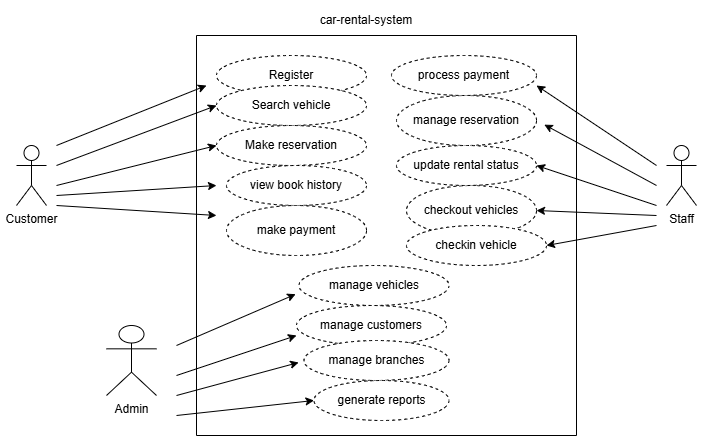
Before: diagrams/UseCaseDiagram.png, a diagram exported from draw.io (bereketDress/car-rental-system). Source tidied: cells renumbered, new cells last; positions are measured from the earlier drawing's top-left corner, leaving out a move shared by most shapes.
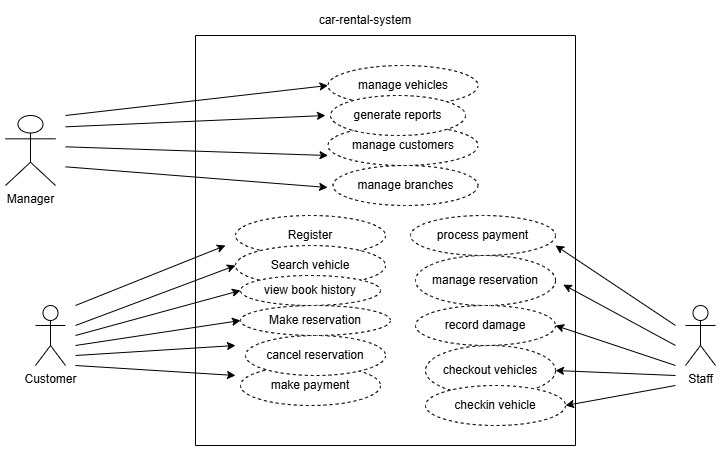
Later version of the same file.

Commit message:
use case updated

Diff of the diagram source:
```diff
@@ -5,8 +5,8 @@
     <mxCell id="2" value="Customer" style="shape=umlActor;verticalLabelPosition=bottom;verticalAlign=top;html=1;" parent="1" vertex="1">
       <mxGeometry y="140" width="30" height="60" as="geometry" />
     </mxCell>
-    <mxCell id="3" value="Admin" style="shape=umlActor;verticalLabelPosition=bottom;verticalAlign=top;html=1;" parent="1" vertex="1">
-      <mxGeometry x="90" y="320" width="50" height="70" as="geometry" />
+    <mxCell id="3" value="Manager" style="shape=umlActor;verticalLabelPosition=bottom;verticalAlign=top;html=1;" parent="1" vertex="1">
+      <mxGeometry x="-30" y="-50" width="50" height="70" as="geometry" />
     </mxCell>
     <mxCell id="4" value="Staff" style="shape=umlActor;verticalLabelPosition=bottom;verticalAlign=top;html=1;" parent="1" vertex="1">
       <mxGeometry x="650" y="140" width="30" height="60" as="geometry" />
@@ -40,45 +40,37 @@
     <mxCell id="10" value="Search vehicle" style="ellipse;whiteSpace=wrap;html=1;align=center;dashed=1;" parent="1" vertex="1">
       <mxGeometry x="200" y="80" width="150" height="40" as="geometry" />
     </mxCell>
-    <mxCell id="11" value="Make reservation" style="ellipse;whiteSpace=wrap;html=1;align=center;dashed=1;" parent="1" vertex="1">
-      <mxGeometry x="200" y="120" width="150" height="40" as="geometry" />
-    </mxCell>
-    <mxCell id="12" value="view book history" style="ellipse;whiteSpace=wrap;html=1;align=center;dashed=1;" parent="1" vertex="1">
-      <mxGeometry x="210" y="160" width="140" height="40" as="geometry" />
-    </mxCell>
-    <mxCell id="13" value="make payment" style="ellipse;whiteSpace=wrap;html=1;align=center;dashed=1;" parent="1" vertex="1">
-      <mxGeometry x="210" y="200" width="140" height="50" as="geometry" />
-    </mxCell>
     <mxCell id="14" value="manage vehicles" style="ellipse;whiteSpace=wrap;html=1;align=center;dashed=1;" parent="1" vertex="1">
-      <mxGeometry x="282.5" y="260" width="150" height="40" as="geometry" />
+      <mxGeometry x="292.5" y="-100" width="150" height="40" as="geometry" />
     </mxCell>
     <mxCell id="15" value="manage customers" style="ellipse;whiteSpace=wrap;html=1;align=center;dashed=1;" parent="1" vertex="1">
-      <mxGeometry x="280" y="300" width="150" height="40" as="geometry" />
+      <mxGeometry x="292.5" y="-40" width="150" height="40" as="geometry" />
     </mxCell>
     <mxCell id="16" value="manage branches" style="ellipse;whiteSpace=wrap;html=1;align=center;dashed=1;" parent="1" vertex="1">
-      <mxGeometry x="287.5" y="335" width="145" height="40" as="geometry" />
+      <mxGeometry x="297.5" width="145" height="40" as="geometry" />
     </mxCell>
     <mxCell id="17" value="generate reports" style="ellipse;whiteSpace=wrap;html=1;align=center;dashed=1;" parent="1" vertex="1">
-      <mxGeometry x="297.5" y="375" width="135" height="40" as="geometry" />
+      <mxGeometry x="295" y="-70" width="135" height="40" as="geometry" />
     </mxCell>
-    <mxCell id="18" style="endArrow=classic;html=1;rounded=0;entryX=-0.022;entryY=0.717;entryDx=0;entryDy=0;entryPerimeter=0;" parent="1" edge="1" target="14">
+    <mxCell id="18" style="endArrow=classic;html=1;rounded=0;" parent="1" edge="1">
       <mxGeometry relative="1" as="geometry">
-        <mxPoint x="160" y="340" as="sourcePoint" />
+        <mxPoint x="30" y="-38.7" as="sourcePoint" />
+        <mxPoint x="290" y="-50" as="targetPoint" />
       </mxGeometry>
     </mxCell>
     <mxCell id="19" style="endArrow=classic;html=1;rounded=0;entryX=0;entryY=0.75;entryDx=0;entryDy=0;entryPerimeter=0;" parent="1" edge="1" target="15">
       <mxGeometry relative="1" as="geometry">
-        <mxPoint x="160" y="370" as="sourcePoint" />
+        <mxPoint x="30" y="-18.7" as="sourcePoint" />
       </mxGeometry>
     </mxCell>
-    <mxCell id="20" style="endArrow=classic;html=1;rounded=0;entryX=0;entryY=0.5;entryDx=0;entryDy=0;" parent="1" edge="1" target="17">
+    <mxCell id="20" style="endArrow=classic;html=1;rounded=0;entryX=0;entryY=0.5;entryDx=0;entryDy=0;" parent="1" edge="1" target="14">
       <mxGeometry relative="1" as="geometry">
-        <mxPoint x="160" y="410" as="sourcePoint" />
+        <mxPoint x="30" y="-50" as="sourcePoint" />
       </mxGeometry>
     </mxCell>
     <mxCell id="21" style="endArrow=classic;html=1;rounded=0;entryX=-0.037;entryY=0.55;entryDx=0;entryDy=0;entryPerimeter=0;" parent="1" edge="1" target="16">
       <mxGeometry relative="1" as="geometry">
-        <mxPoint x="160" y="390" as="sourcePoint" />
+        <mxPoint x="30" y="1.3" as="sourcePoint" />
       </mxGeometry>
     </mxCell>
     <mxCell id="22" value="manage reservation" style="ellipse;whiteSpace=wrap;html=1;align=center;dashed=1;" parent="1" vertex="1">
@@ -90,7 +82,7 @@
     <mxCell id="24" value="process payment" style="ellipse;whiteSpace=wrap;html=1;align=center;dashed=1;" parent="1" vertex="1">
       <mxGeometry x="375" y="50" width="145" height="40" as="geometry" />
     </mxCell>
-    <mxCell id="25" value="update rental status" style="ellipse;whiteSpace=wrap;html=1;align=center;dashed=1;" parent="1" vertex="1">
+    <mxCell id="25" value="record damage" style="ellipse;whiteSpace=wrap;html=1;align=center;dashed=1;" parent="1" vertex="1">
       <mxGeometry x="380" y="140" width="140" height="40" as="geometry" />
     </mxCell>
     <mxCell id="26" value="checkin vehicle" style="ellipse;whiteSpace=wrap;html=1;align=center;dashed=1;" parent="1" vertex="1">
@@ -127,10 +119,27 @@
       </mxGeometry>
     </mxCell>
     <mxCell id="33" style="swimlane;startSize=0;" parent="1" vertex="1">
-      <mxGeometry x="180" y="30" width="380" height="400" as="geometry" />
+      <mxGeometry x="160" y="-130" width="380" height="410" as="geometry" />
     </mxCell>
+    <mxCell id="13" value="make payment" style="ellipse;whiteSpace=wrap;html=1;align=center;dashed=1;" parent="33" vertex="1">
+      <mxGeometry x="45" y="330" width="140" height="40" as="geometry" />
+    </mxCell>
+    <mxCell id="35" value="cancel reservation" style="ellipse;whiteSpace=wrap;html=1;align=center;dashed=1;" parent="33" vertex="1">
+      <mxGeometry x="50" y="300" width="140" height="40" as="geometry" />
+    </mxCell>
+    <mxCell id="12" value="view book history" style="ellipse;whiteSpace=wrap;html=1;align=center;dashed=1;" parent="33" vertex="1">
+      <mxGeometry x="45" y="240" width="140" height="30" as="geometry" />
+    </mxCell>
+    <mxCell id="11" value="Make reservation" style="ellipse;whiteSpace=wrap;html=1;align=center;dashed=1;" parent="33" vertex="1">
+      <mxGeometry x="45" y="270" width="150" height="30" as="geometry" />
+    </mxCell>
     <mxCell id="34" value="car-rental-system" style="text;html=1;whiteSpace=wrap;strokeColor=none;fillColor=none;align=center;verticalAlign=middle;rounded=0;" parent="1" vertex="1">
-      <mxGeometry x="270" width="160" height="30" as="geometry" />
+      <mxGeometry x="250" y="-160" width="160" height="30" as="geometry" />
     </mxCell>
+    <mxCell id="36" style="endArrow=classic;html=1;rounded=0;entryX=0;entryY=0.5;entryDx=0;entryDy=0;" parent="1" edge="1" target="12">
+      <mxGeometry relative="1" as="geometry">
+        <mxPoint x="40" y="170" as="sourcePoint" />
+      </mxGeometry>
+    </mxCell>
   </root>
 </mxGraphModel>
```
